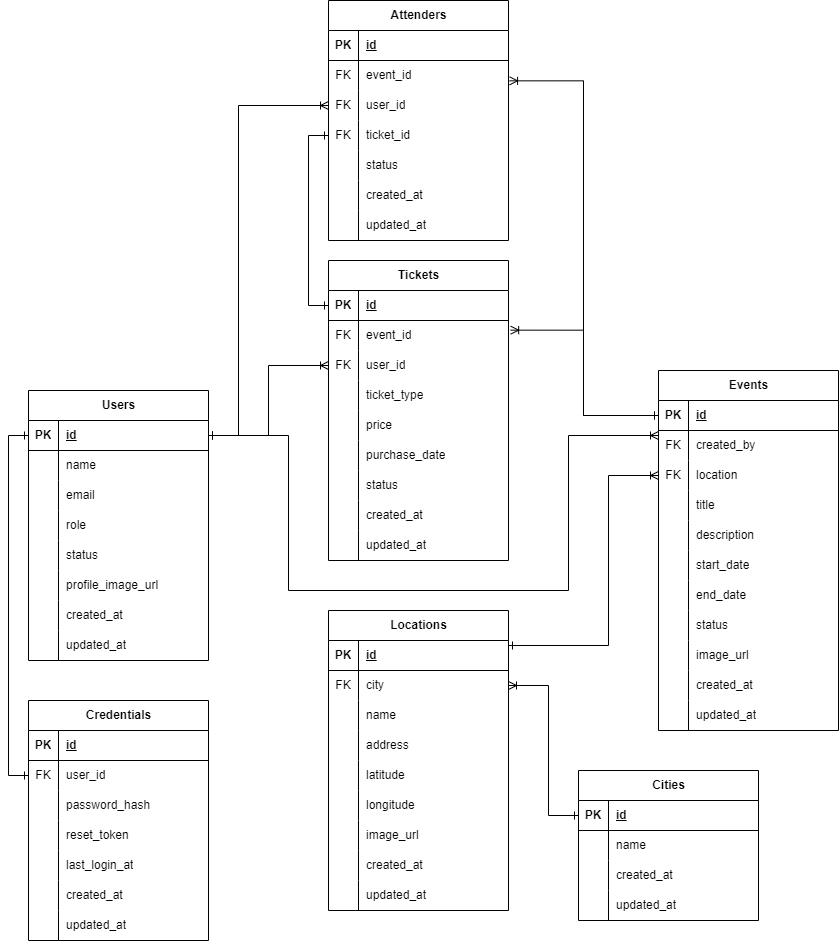
Above: docs/ER Diagram Event Managment.drawio.png in HX-FMontoya/event-management-api (draw.io), before the change. Source tidied: cells renumbered, new cells last; positions are measured from the earlier drawing's top-left corner, leaving out a move shared by most shapes.
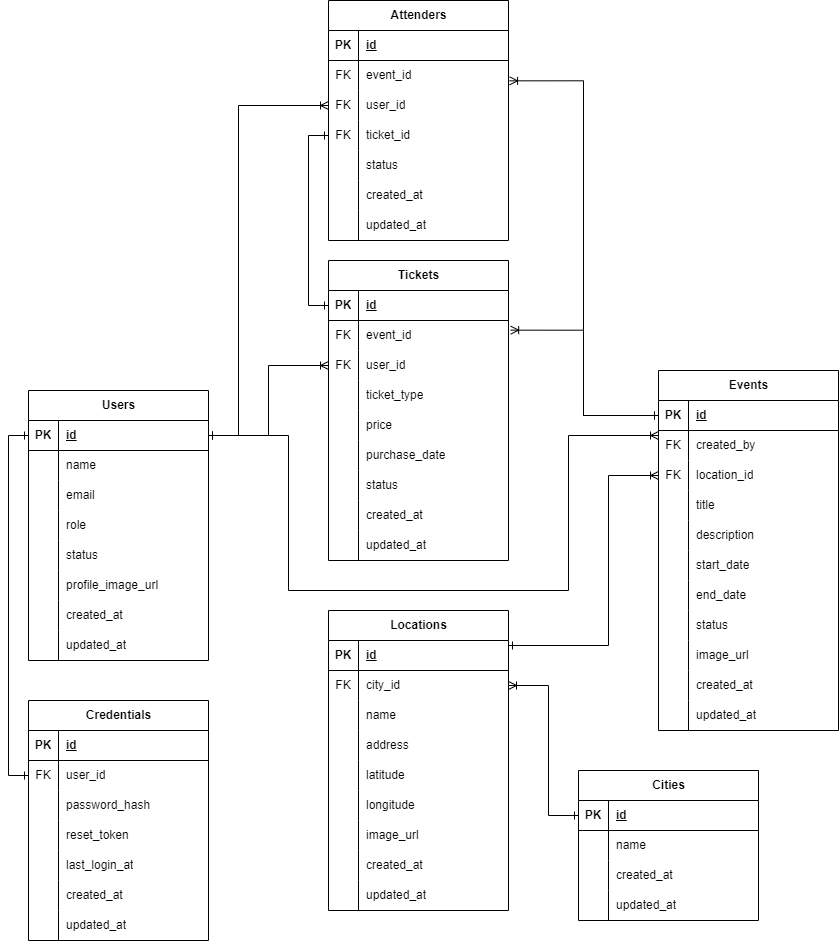
The same file after the commit.

Commit message:
Update ER Diagram for event management system

The edit, as a diff of the source:
```diff
@@ -104,7 +104,7 @@
     <mxCell id="35" value="FK" style="shape=partialRectangle;fillColor=none;top=0;left=0;bottom=0;right=0;overflow=hidden;whiteSpace=wrap;html=1;" parent="34" vertex="1">
       <mxGeometry width="30" height="30" as="geometry" />
     </mxCell>
-    <mxCell id="36" value="location" style="shape=partialRectangle;fillColor=none;top=0;left=0;bottom=0;right=0;align=left;spacingLeft=6;overflow=hidden;whiteSpace=wrap;html=1;" parent="34" vertex="1">
+    <mxCell id="36" value="location_id" style="shape=partialRectangle;fillColor=none;top=0;left=0;bottom=0;right=0;align=left;spacingLeft=6;overflow=hidden;whiteSpace=wrap;html=1;" parent="34" vertex="1">
       <mxGeometry x="30" width="150" height="30" as="geometry" />
     </mxCell>
     <mxCell id="37" style="shape=tableRow;horizontal=0;startSize=0;swimlaneHead=0;swimlaneBody=0;fillColor=none;top=0;left=0;right=0;bottom=0;" parent="27" vertex="1">
@@ -281,7 +281,7 @@
     <mxCell id="94" value="FK" style="shape=partialRectangle;fillColor=none;top=0;left=0;bottom=0;right=0;overflow=hidden;whiteSpace=wrap;html=1;" parent="93" vertex="1">
       <mxGeometry width="30" height="30" as="geometry" />
     </mxCell>
-    <mxCell id="95" value="city" style="shape=partialRectangle;fillColor=none;top=0;left=0;bottom=0;right=0;align=left;spacingLeft=6;overflow=hidden;whiteSpace=wrap;html=1;" parent="93" vertex="1">
+    <mxCell id="95" value="city_id" style="shape=partialRectangle;fillColor=none;top=0;left=0;bottom=0;right=0;align=left;spacingLeft=6;overflow=hidden;whiteSpace=wrap;html=1;" parent="93" vertex="1">
       <mxGeometry x="30" width="150" height="30" as="geometry" />
     </mxCell>
     <mxCell id="96" style="shape=tableRow;horizontal=0;startSize=0;swimlaneHead=0;swimlaneBody=0;fillColor=none;top=0;left=0;right=0;bottom=0;" parent="89" vertex="1">
```
